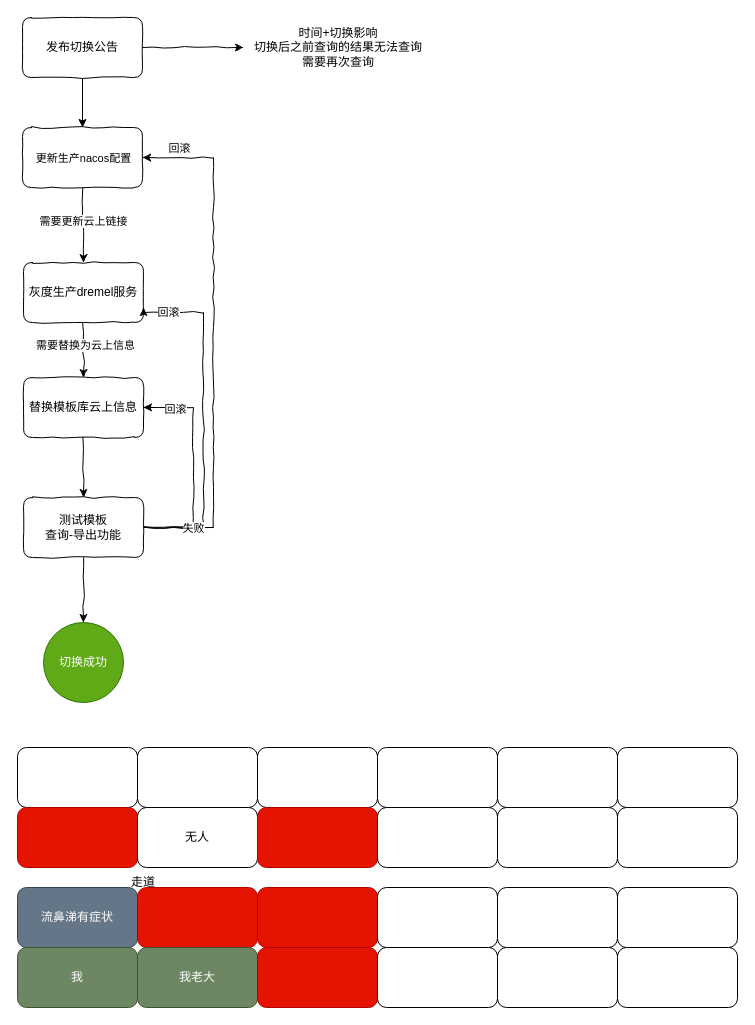
Above: src/模版切换.drawio in lillcol/diagrams (draw.io), before the change. Source tidied: cells renumbered, new cells numbered last; positions are measured from the earlier drawing's top-left corner, leaving out a move shared by most shapes. Both pictures are drawn from the tidied source at 100%, with x=0, y=0 at pixel (17, 17).
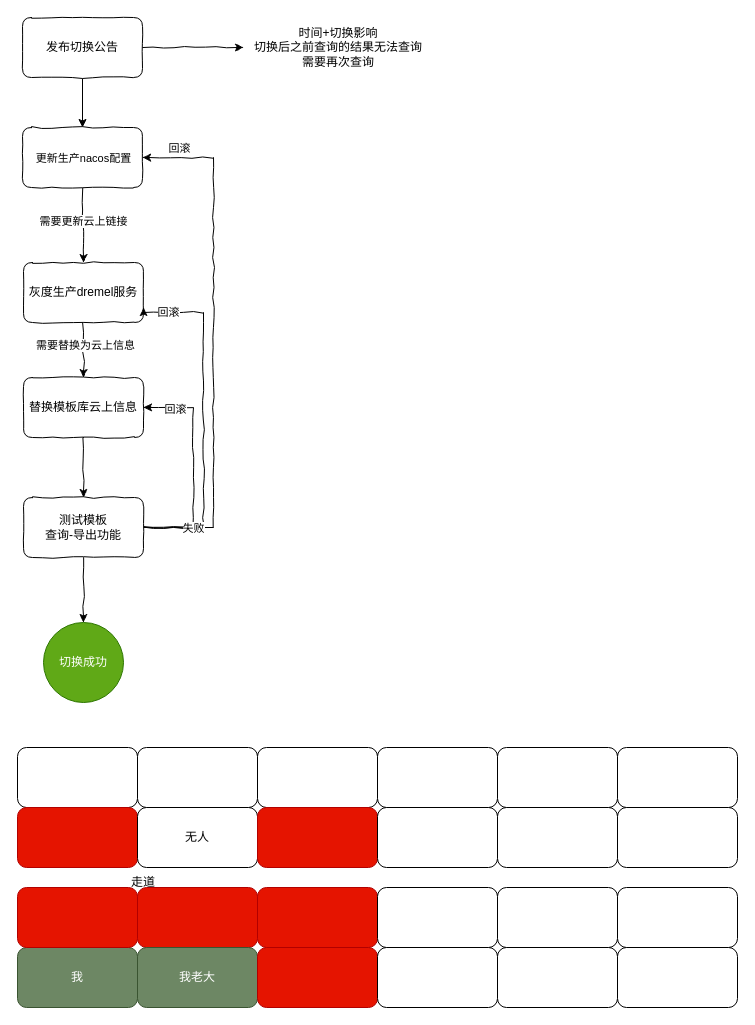
The same page after the edit.

Commit message:
更新模版切换.drawio

Change to the diagram source:
```diff
@@
-    <mxCell id="25" value="流鼻涕有症状" style="rounded=1;whiteSpace=wrap;html=1;fillColor=#647687;fontColor=#ffffff;strokeColor=#314354;" parent="1" vertex="1">
-      <mxGeometry y="870" width="120" height="60" as="geometry" />
-    </mxCell>
@@
+    <mxCell id="50" style="rounded=1;whiteSpace=wrap;html=1;fillColor=#e51400;fontColor=#ffffff;strokeColor=#B20000;" parent="1" vertex="1">
+      <mxGeometry y="870" width="120" height="60" as="geometry" />
+    </mxCell>
```
